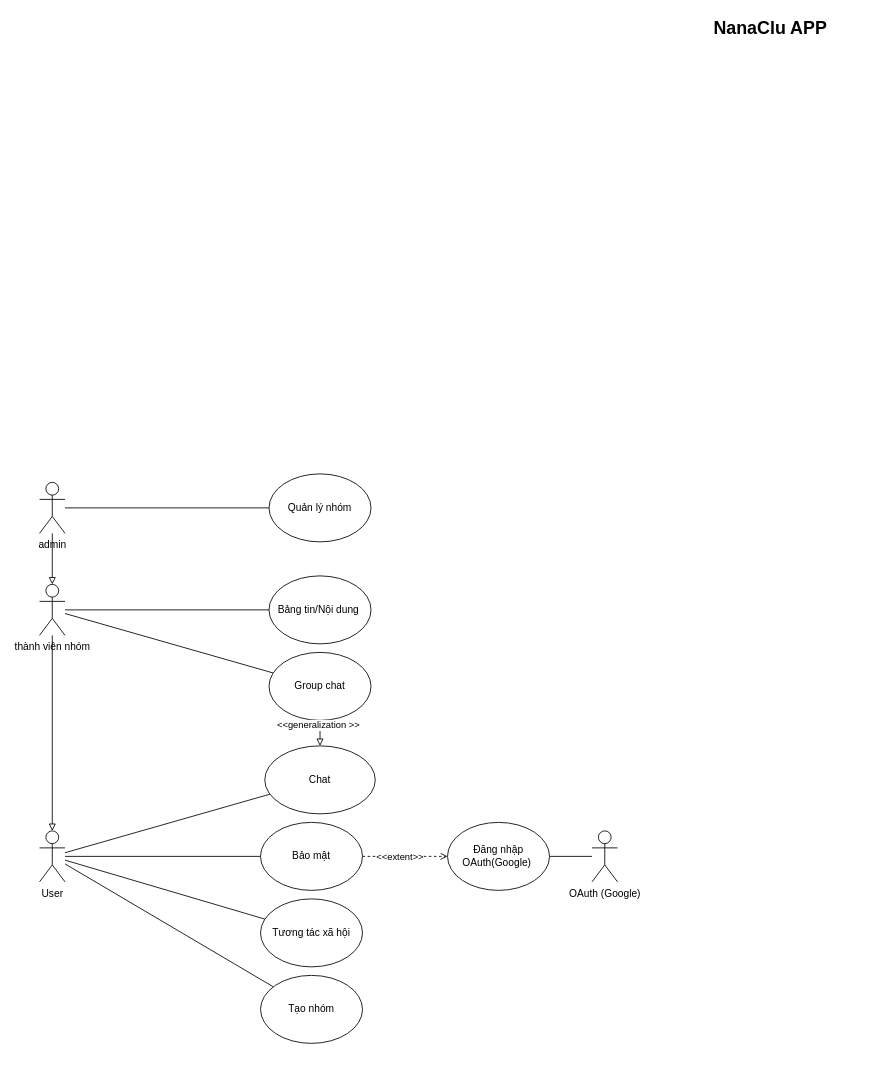
Above: page "Usecase tổng quát" (2 of 6) of other/nanaclu_usercase.drawio in anh1124/NanaClu (draw.io), before the change. Source tidied: cells renumbered, new cells numbered last; positions are measured from the earlier drawing's top-left corner, leaving out a move shared by most shapes. Both pictures are drawn from the tidied source at 85%, with x=0, y=0 at pixel (39, 14).
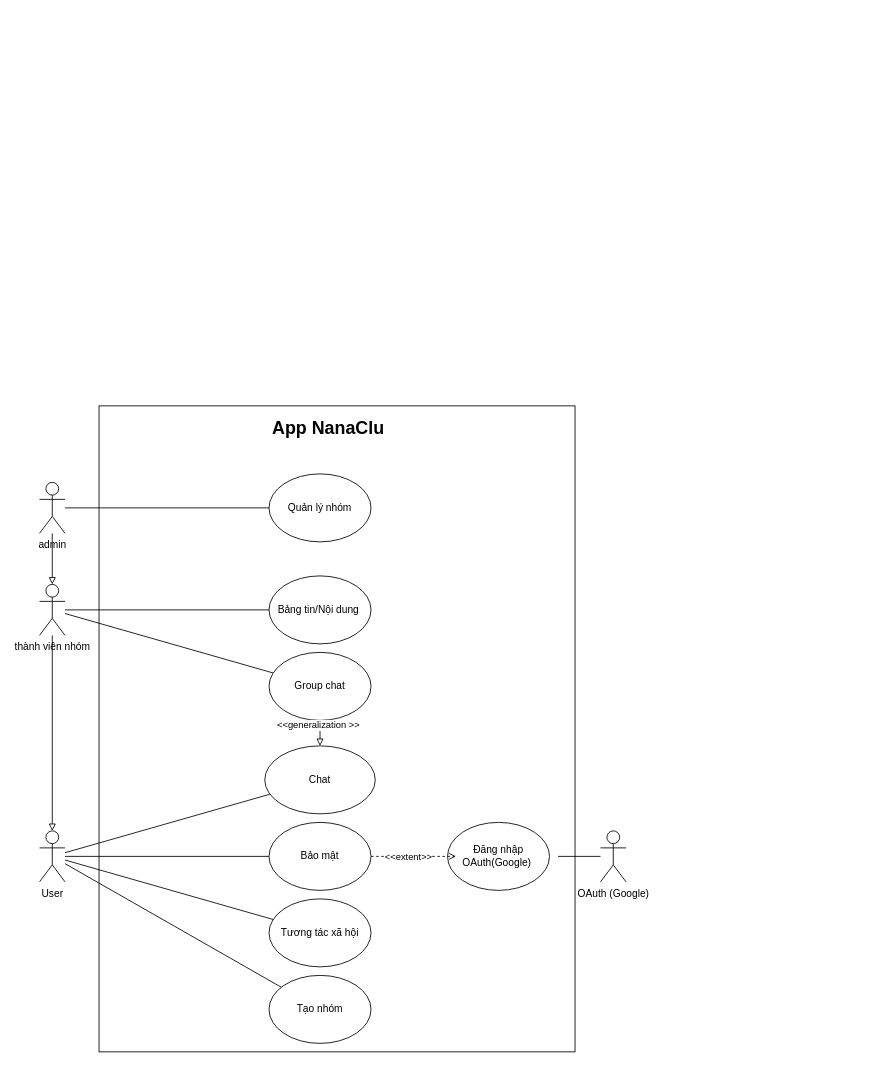
The same diagram, later.

The change refers to these unchanged cells:
```xml
<mxCell id="12" value="&lt;div style=&quot;&quot;&gt;Đăng nhập OAuth(Google)&amp;nbsp;&lt;/div&gt;" style="ellipse;whiteSpace=wrap;html=1;align=center;" parent="1" vertex="1">
  <mxGeometry x="480" y="950" width="120" height="80" as="geometry" />
</mxCell>
```

The edit, as a diff of the source:
```diff
@@
+    <mxCell id="28" style="rounded=0;whiteSpace=wrap;html=1;" parent="1" vertex="1">
+      <mxGeometry x="70" y="460" width="560" height="760" as="geometry" />
+    </mxCell>
@@
     <mxCell id="4" value="Bảo mật" style="ellipse;whiteSpace=wrap;html=1;" parent="1" vertex="1">
-      <mxGeometry x="260" y="950" width="120" height="80" as="geometry" />
+      <mxGeometry x="270" y="950" width="120" height="80" as="geometry" />
     </mxCell>
@@
     <mxCell id="7" value="Tạo nhóm" style="ellipse;whiteSpace=wrap;html=1;" parent="1" vertex="1">
-      <mxGeometry x="260" y="1130" width="120" height="80" as="geometry" />
+      <mxGeometry x="270" y="1130" width="120" height="80" as="geometry" />
     </mxCell>
@@
     <mxCell id="16" value="Tương tác xã hội" style="ellipse;whiteSpace=wrap;html=1;" parent="1" vertex="1">
-      <mxGeometry x="260" y="1040" width="120" height="80" as="geometry" />
+      <mxGeometry x="270" y="1040" width="120" height="80" as="geometry" />
     </mxCell>
@@
-    <mxCell id="19" style="rounded=0;jettySize=auto;html=1;endArrow=none;endFill=0;" parent="1" edge="1" source="20" target="12">
-      <mxGeometry relative="1" as="geometry" />
+    <mxCell id="19" style="rounded=0;jettySize=auto;html=1;endArrow=none;endFill=0;" parent="1" edge="1" source="20">
+      <mxGeometry relative="1" as="geometry">
+        <mxPoint x="610" y="990" as="targetPoint" />
+      </mxGeometry>
     </mxCell>
     <mxCell id="20" value="OAuth (Google)" style="shape=umlActor;verticalLabelPosition=bottom;verticalAlign=top;html=1;outlineConnect=0;" parent="1" vertex="1">
-      <mxGeometry x="650" y="960" width="30" height="60" as="geometry" />
+      <mxGeometry x="660" y="960" width="30" height="60" as="geometry" />
     </mxCell>
@@
-    <mxCell id="25" value="&lt;b&gt;&lt;font style=&quot;font-size: 21px;&quot;&gt;NanaClu APP&lt;/font&gt;&lt;/b&gt;" style="text;html=1;align=center;verticalAlign=middle;whiteSpace=wrap;rounded=0;" parent="1" vertex="1">
-      <mxGeometry x="760" width="200" height="30" as="geometry" />
-    </mxCell>
-    <mxCell id="26" style="rounded=0;jettySize=auto;html=1;dashed=1;endArrow=open;endFill=0;" parent="1" edge="1" source="4" target="12">
-      <mxGeometry relative="1" as="geometry" />
+    <mxCell id="26" style="rounded=0;jettySize=auto;html=1;dashed=1;endArrow=open;endFill=0;" parent="1" edge="1" source="4">
+      <mxGeometry relative="1" as="geometry">
+        <mxPoint x="490" y="990" as="targetPoint" />
+      </mxGeometry>
     </mxCell>
@@
+    <mxCell id="29" value="&lt;b&gt;&lt;font style=&quot;font-size: 21px;&quot;&gt;App NanaClu&lt;/font&gt;&lt;/b&gt;" style="text;html=1;align=center;verticalAlign=middle;whiteSpace=wrap;rounded=0;" parent="1" vertex="1">
+      <mxGeometry x="270" y="470" width="140" height="30" as="geometry" />
+    </mxCell>
```
